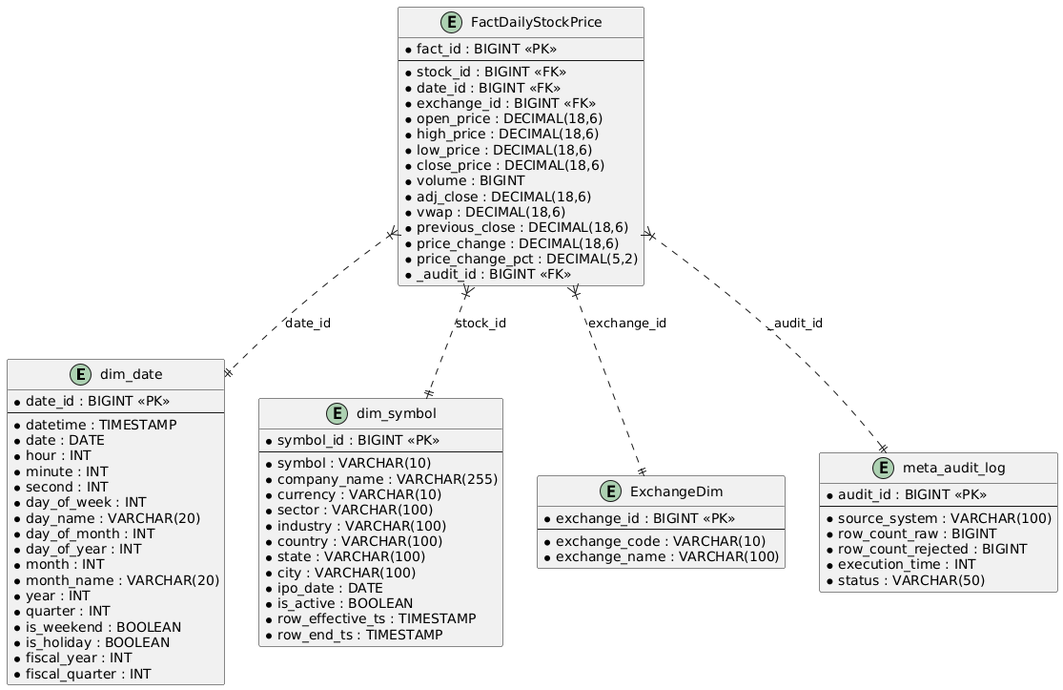
Above: design/DW_schema.png in emilioiturbide/COSC448AlgorithmicTradingDW (PlantUML), before the change.
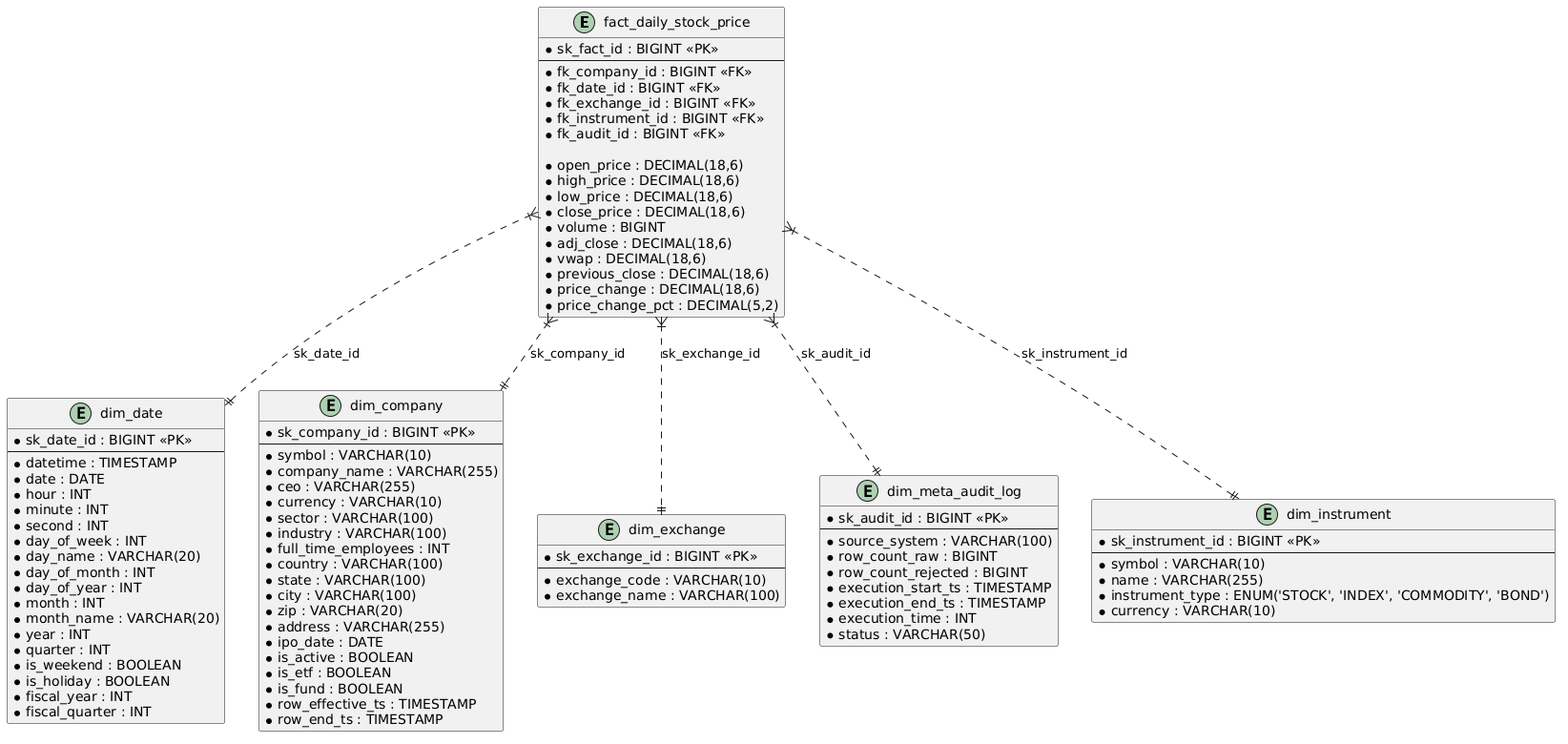
The same file after the commit.

Diff of the diagram source:
```diff
@@ -1,6 +1,27 @@
 @startuml
+entity "fact_daily_stock_price" {
+    * sk_fact_id : BIGINT <<PK>>
+--
+    * fk_company_id : BIGINT <<FK>>
+    * fk_date_id : BIGINT <<FK>>
+    * fk_exchange_id : BIGINT <<FK>>
+    * fk_instrument_id : BIGINT <<FK>>
+    * fk_audit_id : BIGINT <<FK>>
+
+    * open_price : DECIMAL(18,6)
+    * high_price : DECIMAL(18,6)
+    * low_price : DECIMAL(18,6)
+    * close_price : DECIMAL(18,6)
+    * volume : BIGINT
+    * adj_close : DECIMAL(18,6)
+    * vwap : DECIMAL(18,6)
+    * previous_close : DECIMAL(18,6)
+    * price_change : DECIMAL(18,6)
+    * price_change_pct : DECIMAL(5,2)
+}
+
 entity "dim_date" {
-    * date_id : BIGINT <<PK>>
+    * sk_date_id : BIGINT <<PK>>
 --
     * datetime : TIMESTAMP
     * date : DATE
@@ -21,61 +42,60 @@
     * fiscal_quarter : INT
 }
 
-entity "dim_symbol" {
-    * symbol_id : BIGINT <<PK>>
+entity "dim_company" {
+    * sk_company_id : BIGINT <<PK>>
 --
     * symbol : VARCHAR(10)
     * company_name : VARCHAR(255)
+    * ceo : VARCHAR(255)
     * currency : VARCHAR(10)
     * sector : VARCHAR(100)
     * industry : VARCHAR(100)
+    * full_time_employees : INT
     * country : VARCHAR(100)
     * state : VARCHAR(100)
     * city : VARCHAR(100)
+    * zip : VARCHAR(20)
+    * address : VARCHAR(255)
     * ipo_date : DATE
     * is_active : BOOLEAN
+    * is_etf : BOOLEAN
+    * is_fund : BOOLEAN
     * row_effective_ts : TIMESTAMP
     * row_end_ts : TIMESTAMP
 }
 
-entity "ExchangeDim" {
-    * exchange_id : BIGINT <<PK>>
+entity "dim_exchange" {
+    * sk_exchange_id : BIGINT <<PK>>
 --
     * exchange_code : VARCHAR(10)
     * exchange_name : VARCHAR(100)
 }
 
-entity "FactDailyStockPrice" {
-    * fact_id : BIGINT <<PK>>
---
-    * stock_id : BIGINT <<FK>>
-    * date_id : BIGINT <<FK>>
-    * exchange_id : BIGINT <<FK>>
-    * open_price : DECIMAL(18,6)
-    * high_price : DECIMAL(18,6)
-    * low_price : DECIMAL(18,6)
-    * close_price : DECIMAL(18,6)
-    * volume : BIGINT
-    * adj_close : DECIMAL(18,6)
-    * vwap : DECIMAL(18,6)
-    * previous_close : DECIMAL(18,6)
-    * price_change : DECIMAL(18,6)
-    * price_change_pct : DECIMAL(5,2)
-    * _audit_id : BIGINT <<FK>>
-}
-
-entity "meta_audit_log" {
-    * audit_id : BIGINT <<PK>>
+entity "dim_meta_audit_log" {
+    * sk_audit_id : BIGINT <<PK>>
 --
     * source_system : VARCHAR(100)
     * row_count_raw : BIGINT
     * row_count_rejected : BIGINT
+    * execution_start_ts : TIMESTAMP
+    * execution_end_ts : TIMESTAMP
     * execution_time : INT
     * status : VARCHAR(50)
 }
 
-FactDailyStockPrice }|..|| dim_date : "date_id"
-FactDailyStockPrice }|..|| dim_symbol : "stock_id"
-FactDailyStockPrice }|..|| ExchangeDim : "exchange_id"
-FactDailyStockPrice }|..|| meta_audit_log : "_audit_id"
+entity "dim_instrument" {
+    * sk_instrument_id : BIGINT <<PK>>
+--
+    * symbol : VARCHAR(10)
+    * name : VARCHAR(255)
+    * instrument_type : ENUM('STOCK', 'INDEX', 'COMMODITY', 'BOND')
+    * currency : VARCHAR(10)
+}
+
+fact_daily_stock_price }|..|| dim_date : "sk_date_id"
+fact_daily_stock_price }|..|| dim_company : "sk_company_id"
+fact_daily_stock_price }|..|| dim_exchange : "sk_exchange_id"
+fact_daily_stock_price }|..|| dim_instrument : "sk_instrument_id"
+fact_daily_stock_price }|..|| dim_meta_audit_log : "sk_audit_id"
 @enduml
```
